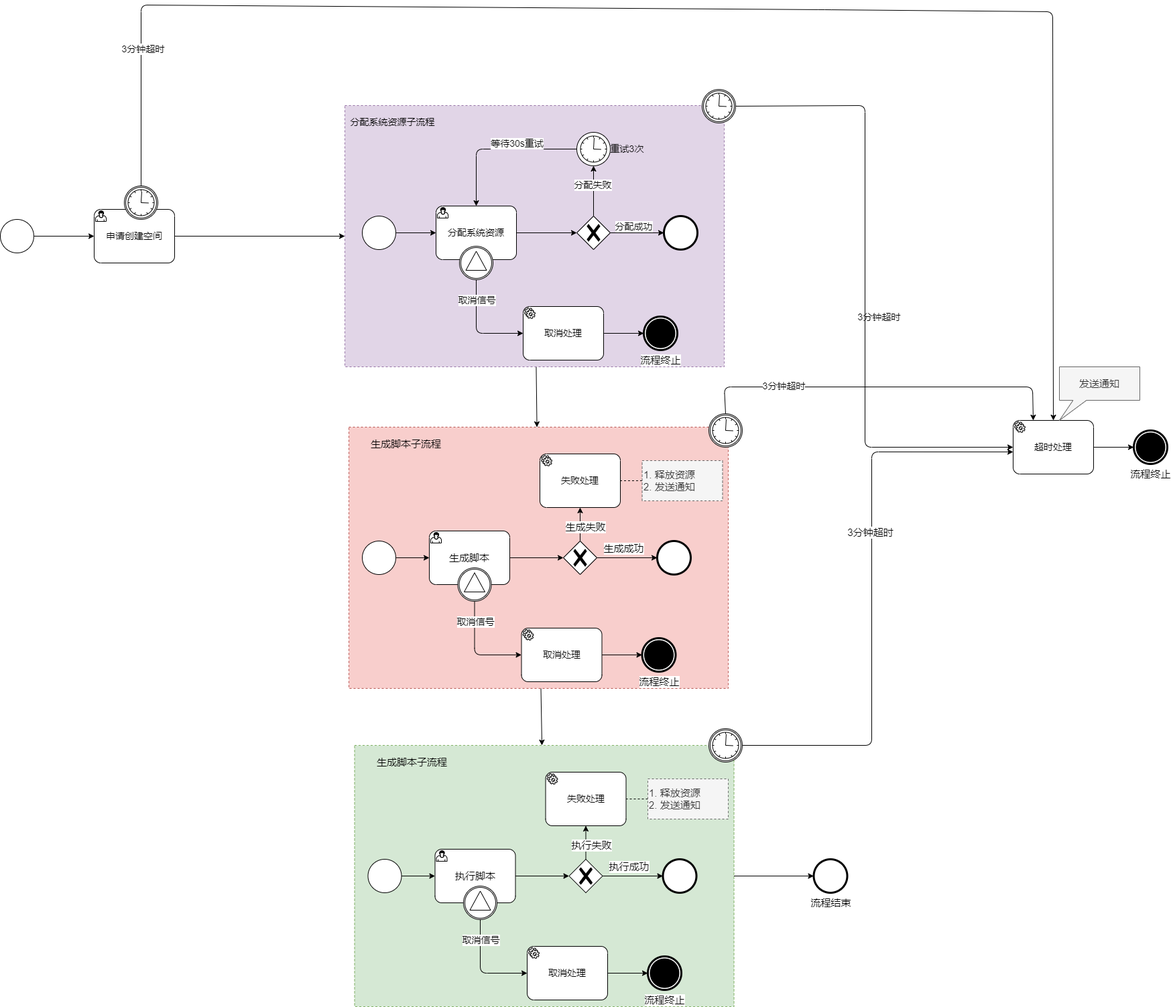
Above: blog/business_observable/002/_media/工作流_细化展开完整.png in codepodspace/codepod-docs (draw.io), before the change. Source tidied: cells renumbered, new cells last; positions are measured from the earlier drawing's top-left corner, leaving out a move shared by most shapes.
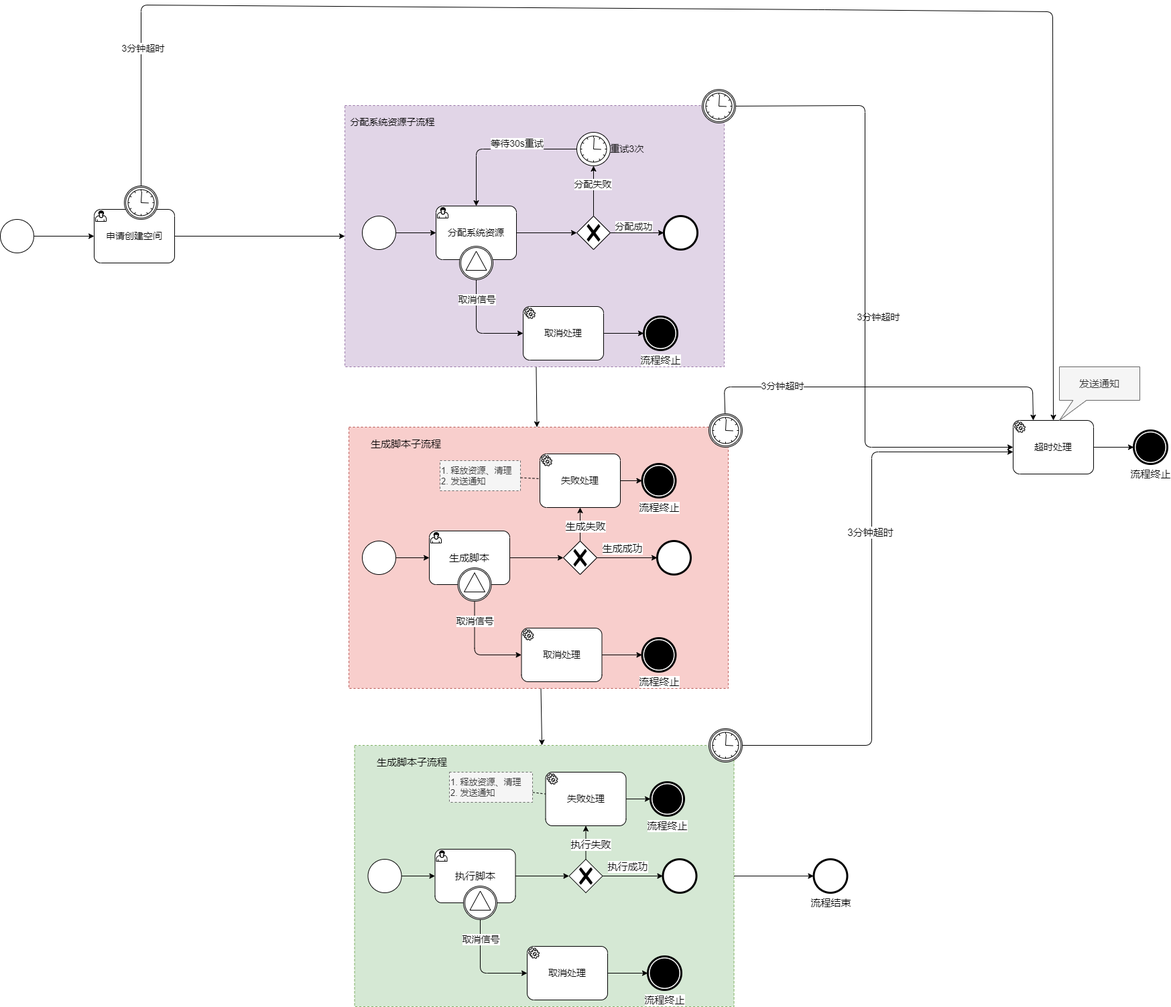
The same diagram one commit later.

What changed in the source:
```diff
@@ -87,6 +87,9 @@
     <mxCell id="25" style="points=[[0.25,0.25,0],[0.5,0,0],[0.75,0.25,0],[1,0.5,0],[0.75,0.75,0],[0.5,1,0],[0.25,0.75,0],[0,0.5,0]];shape=mxgraph.bpmn.gateway2;html=1;verticalLabelPosition=bottom;labelBackgroundColor=#ffffff;verticalAlign=top;align=center;perimeter=rhombusPerimeter;outlineConnect=0;outline=none;symbol=none;gwType=exclusive;fontSize=14;" parent="1" vertex="1">
       <mxGeometry x="848.5" y="1275" width="50" height="50" as="geometry" />
     </mxCell>
+    <mxCell id="90" style="edgeStyle=none;html=1;fontSize=13;" parent="1" edge="1" source="26" target="93">
+      <mxGeometry relative="1" as="geometry" />
+    </mxCell>
     <mxCell id="26" value="失败处理" style="points=[[0.25,0,0],[0.5,0,0],[0.75,0,0],[1,0.25,0],[1,0.5,0],[1,0.75,0],[0.75,1,0],[0.5,1,0],[0.25,1,0],[0,0.75,0],[0,0.5,0],[0,0.25,0]];shape=mxgraph.bpmn.task;whiteSpace=wrap;rectStyle=rounded;size=10;html=1;taskMarker=service;fontSize=14;" parent="1" vertex="1">
       <mxGeometry x="813.5" y="1145" width="120" height="80" as="geometry" />
     </mxCell>
@@ -124,8 +127,8 @@
     <mxCell id="36" style="edgeStyle=none;html=1;fontSize=15;endArrow=none;endFill=0;dashed=1;" parent="1" edge="1" source="37" target="26">
       <mxGeometry relative="1" as="geometry" />
     </mxCell>
-    <mxCell id="37" value="1. 释放资源&lt;br&gt;2. 发送通知" style="whiteSpace=wrap;html=1;fontSize=15;dashed=1;align=left;fillColor=#f5f5f5;fontColor=#333333;strokeColor=#666666;" parent="1" vertex="1">
-      <mxGeometry x="966" y="1155" width="120" height="60" as="geometry" />
+    <mxCell id="37" value="1. 释放资源、清理&lt;br style=&quot;font-size: 13px;&quot;&gt;2. 发送通知" style="whiteSpace=wrap;html=1;fontSize=13;dashed=1;align=left;fillColor=#f5f5f5;fontColor=#333333;strokeColor=#666666;" parent="1" vertex="1">
+      <mxGeometry x="670" y="1145" width="124" height="45" as="geometry" />
     </mxCell>
     <mxCell id="38" value="流程结束" style="points=[[0.145,0.145,0],[0.5,0,0],[0.855,0.145,0],[1,0.5,0],[0.855,0.855,0],[0.5,1,0],[0.145,0.855,0],[0,0.5,0]];shape=mxgraph.bpmn.event;html=1;verticalLabelPosition=bottom;labelBackgroundColor=#ffffff;verticalAlign=top;align=center;perimeter=ellipsePerimeter;outlineConnect=0;outline=end;symbol=terminate2;fontSize=15;" parent="1" vertex="1">
       <mxGeometry x="1213.5" y="1275" width="50" height="50" as="geometry" />
@@ -179,6 +182,9 @@
     <mxCell id="52" style="points=[[0.25,0.25,0],[0.5,0,0],[0.75,0.25,0],[1,0.5,0],[0.75,0.75,0],[0.5,1,0],[0.25,0.75,0],[0,0.5,0]];shape=mxgraph.bpmn.gateway2;html=1;verticalLabelPosition=bottom;labelBackgroundColor=#ffffff;verticalAlign=top;align=center;perimeter=rhombusPerimeter;outlineConnect=0;outline=none;symbol=none;gwType=exclusive;fontSize=14;" parent="1" vertex="1">
       <mxGeometry x="840" y="800" width="50" height="50" as="geometry" />
     </mxCell>
+    <mxCell id="91" style="edgeStyle=none;html=1;fontSize=13;" parent="1" edge="1" source="53" target="92">
+      <mxGeometry relative="1" as="geometry" />
+    </mxCell>
     <mxCell id="53" value="失败处理" style="points=[[0.25,0,0],[0.5,0,0],[0.75,0,0],[1,0.25,0],[1,0.5,0],[1,0.75,0],[0.75,1,0],[0.5,1,0],[0.25,1,0],[0,0.75,0],[0,0.5,0],[0,0.25,0]];shape=mxgraph.bpmn.task;whiteSpace=wrap;rectStyle=rounded;size=10;html=1;taskMarker=service;fontSize=14;" parent="1" vertex="1">
       <mxGeometry x="805" y="670" width="120" height="80" as="geometry" />
     </mxCell>
@@ -213,8 +219,8 @@
     <mxCell id="62" style="edgeStyle=none;html=1;fontSize=15;endArrow=none;endFill=0;dashed=1;" parent="1" edge="1" source="63" target="53">
       <mxGeometry relative="1" as="geometry" />
     </mxCell>
-    <mxCell id="63" value="1. 释放资源&lt;br&gt;2. 发送通知" style="whiteSpace=wrap;html=1;fontSize=15;dashed=1;align=left;fillColor=#f5f5f5;fontColor=#333333;strokeColor=#666666;" parent="1" vertex="1">
-      <mxGeometry x="957.5" y="680" width="120" height="60" as="geometry" />
+    <mxCell id="63" value="1. 释放资源、清理&lt;br style=&quot;font-size: 13px;&quot;&gt;2. 发送通知" style="whiteSpace=wrap;html=1;fontSize=13;dashed=1;align=left;fillColor=#f5f5f5;fontColor=#333333;strokeColor=#666666;" parent="1" vertex="1">
+      <mxGeometry x="656" y="680" width="120" height="45" as="geometry" />
     </mxCell>
     <mxCell id="64" style="edgeStyle=none;html=1;" parent="1" edge="1" source="65" target="40">
       <mxGeometry relative="1" as="geometry" />
@@ -309,5 +315,11 @@
     <mxCell id="89" value="流程终止" style="points=[[0.145,0.145,0],[0.5,0,0],[0.855,0.145,0],[1,0.5,0],[0.855,0.855,0],[0.5,1,0],[0.145,0.855,0],[0,0.5,0]];shape=mxgraph.bpmn.event;html=1;verticalLabelPosition=bottom;labelBackgroundColor=#ffffff;verticalAlign=top;align=center;perimeter=ellipsePerimeter;outlineConnect=0;outline=end;symbol=terminate;fontSize=15;" parent="1" vertex="1">
       <mxGeometry x="960" y="465" width="50" height="50" as="geometry" />
     </mxCell>
+    <mxCell id="92" value="流程终止" style="points=[[0.145,0.145,0],[0.5,0,0],[0.855,0.145,0],[1,0.5,0],[0.855,0.855,0],[0.5,1,0],[0.145,0.855,0],[0,0.5,0]];shape=mxgraph.bpmn.event;html=1;verticalLabelPosition=bottom;labelBackgroundColor=#ffffff;verticalAlign=top;align=center;perimeter=ellipsePerimeter;outlineConnect=0;outline=end;symbol=terminate;fontSize=15;" parent="1" vertex="1">
+      <mxGeometry x="957.5" y="685" width="50" height="50" as="geometry" />
+    </mxCell>
+    <mxCell id="93" value="流程终止" style="points=[[0.145,0.145,0],[0.5,0,0],[0.855,0.145,0],[1,0.5,0],[0.855,0.855,0],[0.5,1,0],[0.145,0.855,0],[0,0.5,0]];shape=mxgraph.bpmn.event;html=1;verticalLabelPosition=bottom;labelBackgroundColor=#ffffff;verticalAlign=top;align=center;perimeter=ellipsePerimeter;outlineConnect=0;outline=end;symbol=terminate;fontSize=15;" parent="1" vertex="1">
+      <mxGeometry x="970" y="1160" width="50" height="50" as="geometry" />
+    </mxCell>
   </root>
 </mxGraphModel>
```
